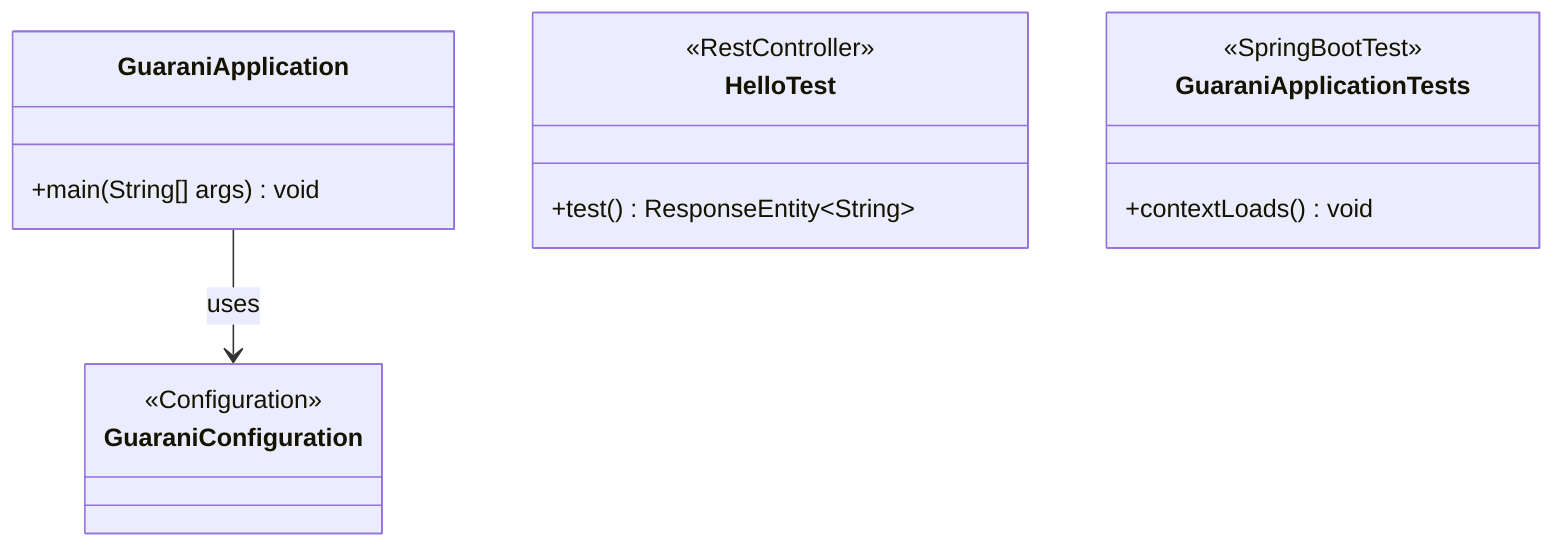
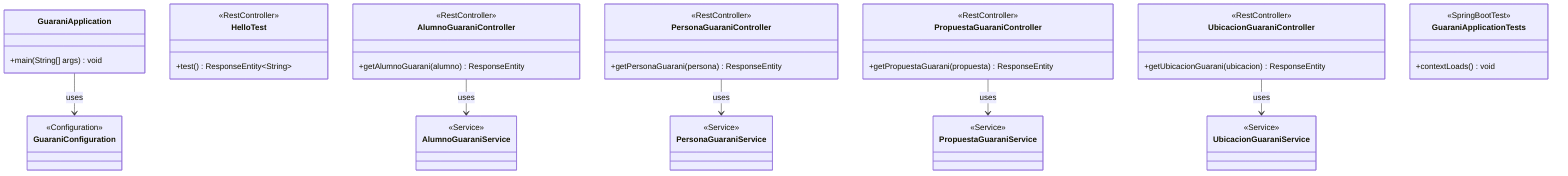
classDiagram
    class GuaraniApplication {
        +main(String[] args) void
    }

    class GuaraniConfiguration {
        <<Configuration>>
        <<EnableFeignClients>>
    }

    class HelloTest {
        <<RestController>>
        +test() ResponseEntity~String~
    }

+     class AlumnoGuaraniController {
+         <<RestController>>
+         +getAlumnoGuarani(alumno) ResponseEntity
+     }
+ 
+     class PersonaGuaraniController {
+         <<RestController>>
+         +getPersonaGuarani(persona) ResponseEntity
+     }
+ 
+     class PropuestaGuaraniController {
+         <<RestController>>
+         +getPropuestaGuarani(propuesta) ResponseEntity
+     }
+ 
+     class UbicacionGuaraniController {
+         <<RestController>>
+         +getUbicacionGuarani(ubicacion) ResponseEntity
+     }
+ 
+     class AlumnoGuaraniService {
+         <<Service>>
+     }
+ 
+     class PersonaGuaraniService {
+         <<Service>>
+     }
+ 
+     class PropuestaGuaraniService {
+         <<Service>>
+     }
+ 
+     class UbicacionGuaraniService {
+         <<Service>>
+     }
+ 
    class GuaraniApplicationTests {
        <<SpringBootTest>>
        +contextLoads() void
    }

    GuaraniApplication --> GuaraniConfiguration : uses
+     AlumnoGuaraniController --> AlumnoGuaraniService : uses
+     PersonaGuaraniController --> PersonaGuaraniService : uses
+     PropuestaGuaraniController --> PropuestaGuaraniService : uses
+     UbicacionGuaraniController --> UbicacionGuaraniService : uses
